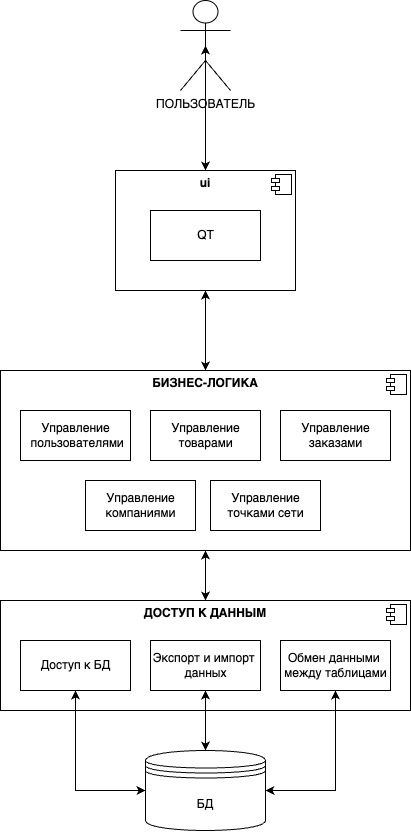
The draw.io diagram diagrams/prototype.png in mashen6ka/pet-shop, before a commit. Source tidied: cells renumbered, new cells last; positions are measured from the earlier drawing's top-left corner, leaving out a move shared by most shapes. The source it was exported from:
```xml
<mxGraphModel>
  <root>
    <mxCell id="0" />
    <mxCell id="1" parent="0" />
    <mxCell id="2" value="БД" style="shape=datastore;whiteSpace=wrap;html=1;" parent="1" vertex="1">
      <mxGeometry x="145" y="750" width="120" height="80" as="geometry" />
    </mxCell>
    <mxCell id="3" value="&lt;p style=&quot;margin:0px;margin-top:6px;text-align:center;&quot;&gt;&lt;b&gt;ДОСТУП К ДАННЫМ&lt;/b&gt;&lt;/p&gt;" style="align=left;overflow=fill;html=1;" parent="1" vertex="1">
      <mxGeometry y="600" width="410" height="110" as="geometry" />
    </mxCell>
    <mxCell id="4" style="shape=component;jettyWidth=8;jettyHeight=4;" parent="3" vertex="1">
      <mxGeometry x="1" width="20" height="20" relative="1" as="geometry">
        <mxPoint x="-24" y="4" as="offset" />
      </mxGeometry>
    </mxCell>
    <mxCell id="5" style="edgeStyle=orthogonalEdgeStyle;rounded=0;jettySize=auto;html=1;exitX=0.5;exitY=0;exitDx=0;exitDy=0;entryX=0.5;entryY=1;entryDx=0;entryDy=0;startArrow=classic;startFill=1;" parent="1" edge="1" source="7" target="9">
      <mxGeometry relative="1" as="geometry" />
    </mxCell>
    <mxCell id="6" style="edgeStyle=orthogonalEdgeStyle;rounded=0;jettySize=auto;html=1;exitX=0.5;exitY=1;exitDx=0;exitDy=0;entryX=0.5;entryY=0;entryDx=0;entryDy=0;startArrow=classic;startFill=1;" parent="1" edge="1" source="7" target="3">
      <mxGeometry relative="1" as="geometry" />
    </mxCell>
    <mxCell id="7" value="&lt;p style=&quot;margin:0px;margin-top:6px;text-align:center;&quot;&gt;&lt;b&gt;БИЗНЕС-ЛОГИКА&lt;/b&gt;&lt;/p&gt;" style="align=left;overflow=fill;html=1;" parent="1" vertex="1">
      <mxGeometry y="370" width="410" height="180" as="geometry" />
    </mxCell>
    <mxCell id="8" style="shape=component;jettyWidth=8;jettyHeight=4;" parent="7" vertex="1">
      <mxGeometry x="1" width="20" height="20" relative="1" as="geometry">
        <mxPoint x="-24" y="4" as="offset" />
      </mxGeometry>
    </mxCell>
    <mxCell id="9" value="&lt;p style=&quot;margin:0px;margin-top:6px;text-align:center;&quot;&gt;&lt;b&gt;ui&lt;/b&gt;&lt;/p&gt;" style="align=left;overflow=fill;html=1;" parent="1" vertex="1">
      <mxGeometry x="115" y="170" width="180" height="120" as="geometry" />
    </mxCell>
    <mxCell id="10" style="shape=component;jettyWidth=8;jettyHeight=4;" parent="9" vertex="1">
      <mxGeometry x="1" width="20" height="20" relative="1" as="geometry">
        <mxPoint x="-24" y="4" as="offset" />
      </mxGeometry>
    </mxCell>
    <mxCell id="11" value="QT" style="html=1;" parent="1" vertex="1">
      <mxGeometry x="150" y="210" width="110" height="50" as="geometry" />
    </mxCell>
    <mxCell id="12" style="edgeStyle=orthogonalEdgeStyle;rounded=0;jettySize=auto;html=1;entryX=0.5;entryY=0;entryDx=0;entryDy=0;startArrow=classic;startFill=1;exitX=0.5;exitY=0.5;exitDx=0;exitDy=0;exitPerimeter=0;" parent="1" edge="1" source="13" target="9">
      <mxGeometry relative="1" as="geometry" />
    </mxCell>
    <mxCell id="13" value="ПОЛЬЗОВАТЕЛЬ" style="shape=umlActor;verticalLabelPosition=bottom;verticalAlign=top;html=1;outlineConnect=0;" parent="1" vertex="1">
      <mxGeometry x="180" width="50" height="90" as="geometry" />
    </mxCell>
    <mxCell id="14" value="Доступ к БД" style="html=1;" parent="1" vertex="1">
      <mxGeometry x="20" y="640" width="110" height="50" as="geometry" />
    </mxCell>
    <mxCell id="15" value="Экспорт и импорт &lt;br&gt;данных" style="html=1;" parent="1" vertex="1">
      <mxGeometry x="150" y="640" width="110" height="50" as="geometry" />
    </mxCell>
    <mxCell id="16" value="Обмен данными &lt;br&gt;между таблицами" style="html=1;" parent="1" vertex="1">
      <mxGeometry x="280" y="640" width="110" height="50" as="geometry" />
    </mxCell>
    <mxCell id="17" style="edgeStyle=orthogonalEdgeStyle;rounded=0;jettySize=auto;html=1;exitX=0.5;exitY=0;exitDx=0;exitDy=0;entryX=0.5;entryY=1;entryDx=0;entryDy=0;startArrow=classic;startFill=1;" parent="1" edge="1" source="2" target="15">
      <mxGeometry relative="1" as="geometry" />
    </mxCell>
    <mxCell id="18" style="edgeStyle=orthogonalEdgeStyle;rounded=0;jettySize=auto;html=1;exitX=1;exitY=0.5;exitDx=0;exitDy=0;entryX=0.5;entryY=1;entryDx=0;entryDy=0;startArrow=classic;startFill=1;" parent="1" edge="1" source="2" target="16">
      <mxGeometry relative="1" as="geometry" />
    </mxCell>
    <mxCell id="19" style="edgeStyle=orthogonalEdgeStyle;rounded=0;jettySize=auto;html=1;exitX=0;exitY=0.5;exitDx=0;exitDy=0;entryX=0.5;entryY=1;entryDx=0;entryDy=0;startArrow=classic;startFill=1;" parent="1" edge="1" source="2" target="14">
      <mxGeometry relative="1" as="geometry" />
    </mxCell>
    <mxCell id="20" value="Управление&lt;br&gt;&amp;nbsp;пользователями" style="html=1;" parent="1" vertex="1">
      <mxGeometry x="20" y="410" width="110" height="50" as="geometry" />
    </mxCell>
    <mxCell id="21" value="Управление&lt;br&gt;товарами" style="html=1;" parent="1" vertex="1">
      <mxGeometry x="150" y="410" width="110" height="50" as="geometry" />
    </mxCell>
    <mxCell id="22" value="Управление&lt;br&gt;заказами" style="html=1;" parent="1" vertex="1">
      <mxGeometry x="280" y="410" width="110" height="50" as="geometry" />
    </mxCell>
    <mxCell id="23" value="Управление&lt;br&gt;компаниями" style="html=1;" parent="1" vertex="1">
      <mxGeometry x="85" y="480" width="110" height="50" as="geometry" />
    </mxCell>
    <mxCell id="24" value="Управление&lt;br&gt;точками сети" style="html=1;" parent="1" vertex="1">
      <mxGeometry x="210" y="480" width="110" height="50" as="geometry" />
    </mxCell>
  </root>
</mxGraphModel>
```
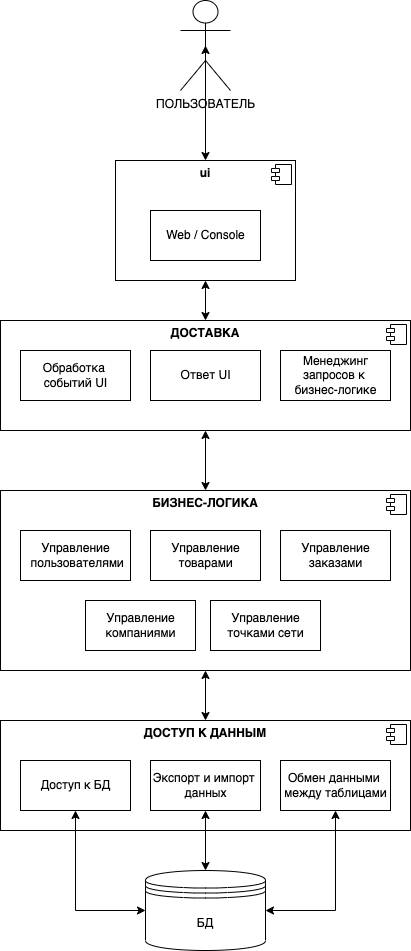
The same file after the commit.

The edit, as a diff of the source:
```diff
@@ -13,9 +13,6 @@
         <mxPoint x="-24" y="4" as="offset" />
       </mxGeometry>
     </mxCell>
-    <mxCell id="5" style="edgeStyle=orthogonalEdgeStyle;rounded=0;jettySize=auto;html=1;exitX=0.5;exitY=0;exitDx=0;exitDy=0;entryX=0.5;entryY=1;entryDx=0;entryDy=0;startArrow=classic;startFill=1;" parent="1" edge="1" source="7" target="9">
-      <mxGeometry relative="1" as="geometry" />
-    </mxCell>
     <mxCell id="6" style="edgeStyle=orthogonalEdgeStyle;rounded=0;jettySize=auto;html=1;exitX=0.5;exitY=1;exitDx=0;exitDy=0;entryX=0.5;entryY=0;entryDx=0;entryDy=0;startArrow=classic;startFill=1;" parent="1" edge="1" source="7" target="3">
       <mxGeometry relative="1" as="geometry" />
     </mxCell>
@@ -28,21 +25,21 @@
       </mxGeometry>
     </mxCell>
     <mxCell id="9" value="&lt;p style=&quot;margin:0px;margin-top:6px;text-align:center;&quot;&gt;&lt;b&gt;ui&lt;/b&gt;&lt;/p&gt;" style="align=left;overflow=fill;html=1;" parent="1" vertex="1">
-      <mxGeometry x="115" y="170" width="180" height="120" as="geometry" />
+      <mxGeometry x="115" y="40" width="180" height="120" as="geometry" />
     </mxCell>
     <mxCell id="10" style="shape=component;jettyWidth=8;jettyHeight=4;" parent="9" vertex="1">
       <mxGeometry x="1" width="20" height="20" relative="1" as="geometry">
         <mxPoint x="-24" y="4" as="offset" />
       </mxGeometry>
     </mxCell>
-    <mxCell id="11" value="QT" style="html=1;" parent="1" vertex="1">
-      <mxGeometry x="150" y="210" width="110" height="50" as="geometry" />
+    <mxCell id="11" value="Web / Console" style="html=1;" parent="1" vertex="1">
+      <mxGeometry x="150" y="90" width="110" height="50" as="geometry" />
     </mxCell>
     <mxCell id="12" style="edgeStyle=orthogonalEdgeStyle;rounded=0;jettySize=auto;html=1;entryX=0.5;entryY=0;entryDx=0;entryDy=0;startArrow=classic;startFill=1;exitX=0.5;exitY=0.5;exitDx=0;exitDy=0;exitPerimeter=0;" parent="1" edge="1" source="13" target="9">
       <mxGeometry relative="1" as="geometry" />
     </mxCell>
     <mxCell id="13" value="ПОЛЬЗОВАТЕЛЬ" style="shape=umlActor;verticalLabelPosition=bottom;verticalAlign=top;html=1;outlineConnect=0;" parent="1" vertex="1">
-      <mxGeometry x="180" width="50" height="90" as="geometry" />
+      <mxGeometry x="180" y="-120" width="50" height="90" as="geometry" />
     </mxCell>
     <mxCell id="14" value="Доступ к БД" style="html=1;" parent="1" vertex="1">
       <mxGeometry x="20" y="640" width="110" height="50" as="geometry" />
@@ -77,5 +74,28 @@
     <mxCell id="24" value="Управление&lt;br&gt;точками сети" style="html=1;" parent="1" vertex="1">
       <mxGeometry x="210" y="480" width="110" height="50" as="geometry" />
     </mxCell>
+    <mxCell id="25" style="edgeStyle=orthogonalEdgeStyle;rounded=0;jettySize=auto;html=1;exitX=0.5;exitY=1;exitDx=0;exitDy=0;entryX=0.5;entryY=0;entryDx=0;entryDy=0;startArrow=classic;startFill=1;" parent="1" edge="1" source="27" target="7">
+      <mxGeometry relative="1" as="geometry" />
+    </mxCell>
+    <mxCell id="26" style="edgeStyle=orthogonalEdgeStyle;rounded=0;jettySize=auto;html=1;exitX=0.5;exitY=0;exitDx=0;exitDy=0;entryX=0.5;entryY=1;entryDx=0;entryDy=0;startArrow=classic;startFill=1;" parent="1" edge="1" source="27" target="9">
+      <mxGeometry relative="1" as="geometry" />
+    </mxCell>
+    <mxCell id="27" value="&lt;p style=&quot;margin:0px;margin-top:6px;text-align:center;&quot;&gt;&lt;b&gt;ДОСТАВКА&lt;/b&gt;&lt;/p&gt;" style="align=left;overflow=fill;html=1;" parent="1" vertex="1">
+      <mxGeometry y="200" width="410" height="110" as="geometry" />
+    </mxCell>
+    <mxCell id="28" style="shape=component;jettyWidth=8;jettyHeight=4;" parent="27" vertex="1">
+      <mxGeometry x="1" width="20" height="20" relative="1" as="geometry">
+        <mxPoint x="-24" y="4" as="offset" />
+      </mxGeometry>
+    </mxCell>
+    <mxCell id="29" value="Обработка &lt;br&gt;событий UI" style="html=1;" parent="1" vertex="1">
+      <mxGeometry x="20" y="230" width="110" height="50" as="geometry" />
+    </mxCell>
+    <mxCell id="30" value="Ответ UI" style="html=1;" parent="1" vertex="1">
+      <mxGeometry x="150" y="230" width="110" height="50" as="geometry" />
+    </mxCell>
+    <mxCell id="31" value="Менеджинг&lt;br&gt;запросов к &lt;br&gt;бизнес-логике" style="html=1;" parent="1" vertex="1">
+      <mxGeometry x="280" y="230" width="110" height="50" as="geometry" />
+    </mxCell>
   </root>
 </mxGraphModel>
```
